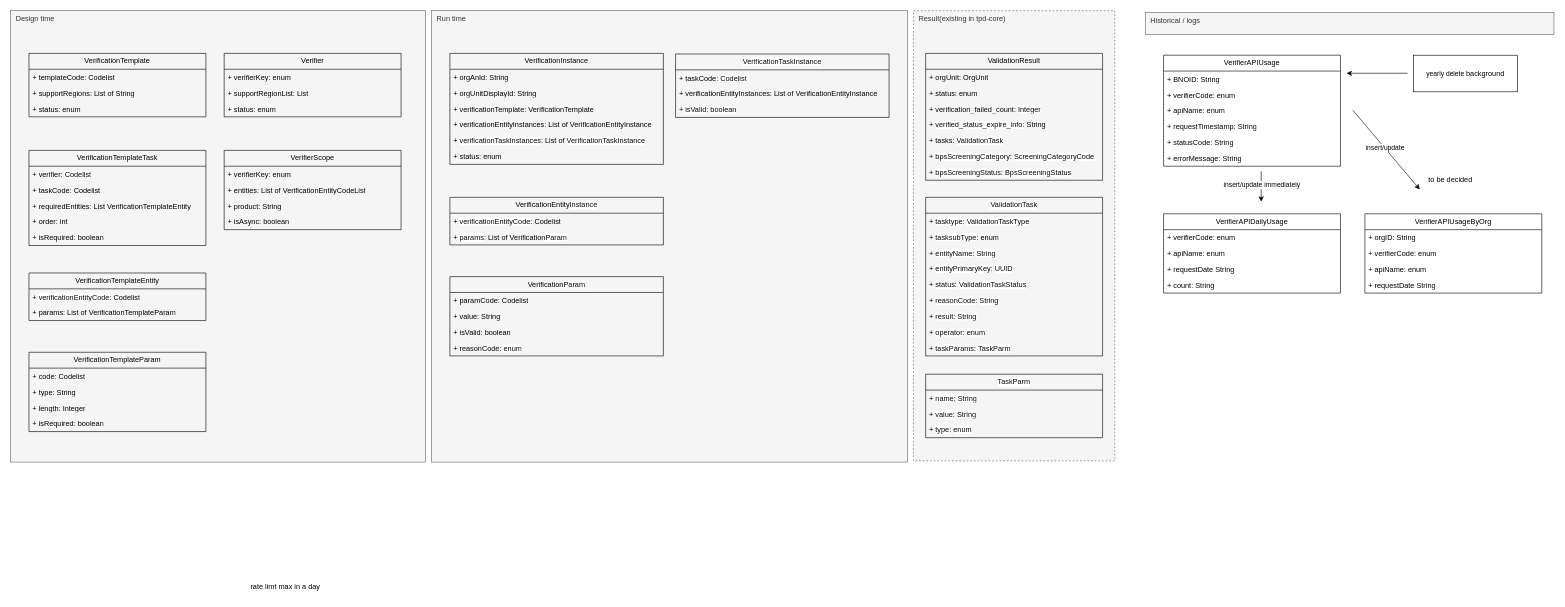
Before: page "Modeling" (3 of 9) of verification_framework.drawio in huangshijie/Drawio, a draw.io diagram. Source tidied: cells renumbered, new cells numbered last; positions are measured from the earlier drawing's top-left corner, leaving out a move shared by most shapes. Both pictures are drawn from the tidied source at 61%, with x=0, y=0 at pixel (10, 10).
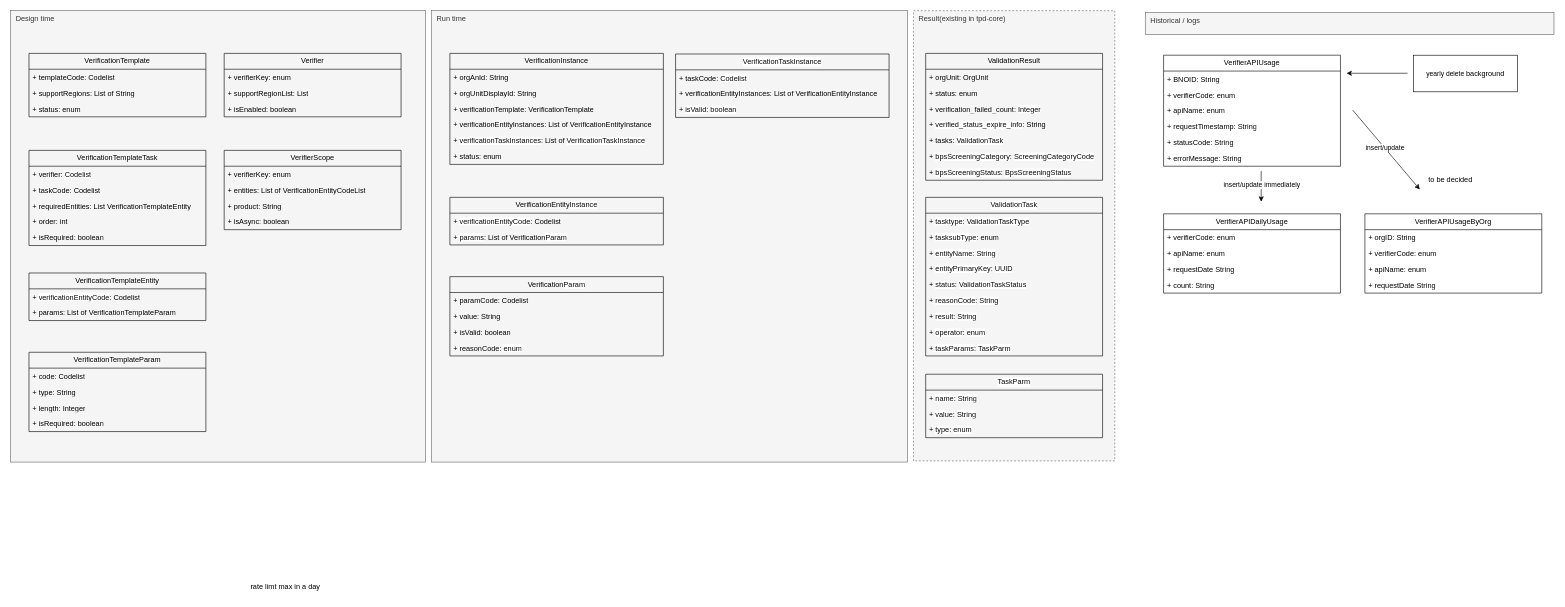
The same diagram, later.

The change refers to these unchanged cells:
```xml
<mxCell id="35" value="Verifier" style="swimlane;fontStyle=0;horizontal=1;startSize=26;fillColor=none;whiteSpace=wrap;html=1;fontFamily=Helvetica;fontSize=12;" parent="1" vertex="1">
  <mxGeometry x="350" y="70" width="290" height="104" as="geometry" />
</mxCell>
```

The edit, as a diff of the source:
```diff
@@
-    <mxCell id="38" value="+ status: enum" style="text;strokeColor=none;fillColor=none;align=left;verticalAlign=top;spacingLeft=4;spacingRight=4;overflow=hidden;whiteSpace=wrap;html=1;" parent="35" vertex="1">
+    <mxCell id="38" value="+ isEnabled: boolean" style="text;strokeColor=none;fillColor=none;align=left;verticalAlign=top;spacingLeft=4;spacingRight=4;overflow=hidden;whiteSpace=wrap;html=1;" parent="35" vertex="1">
       <mxGeometry y="78" width="290" height="26" as="geometry" />
     </mxCell>
```
